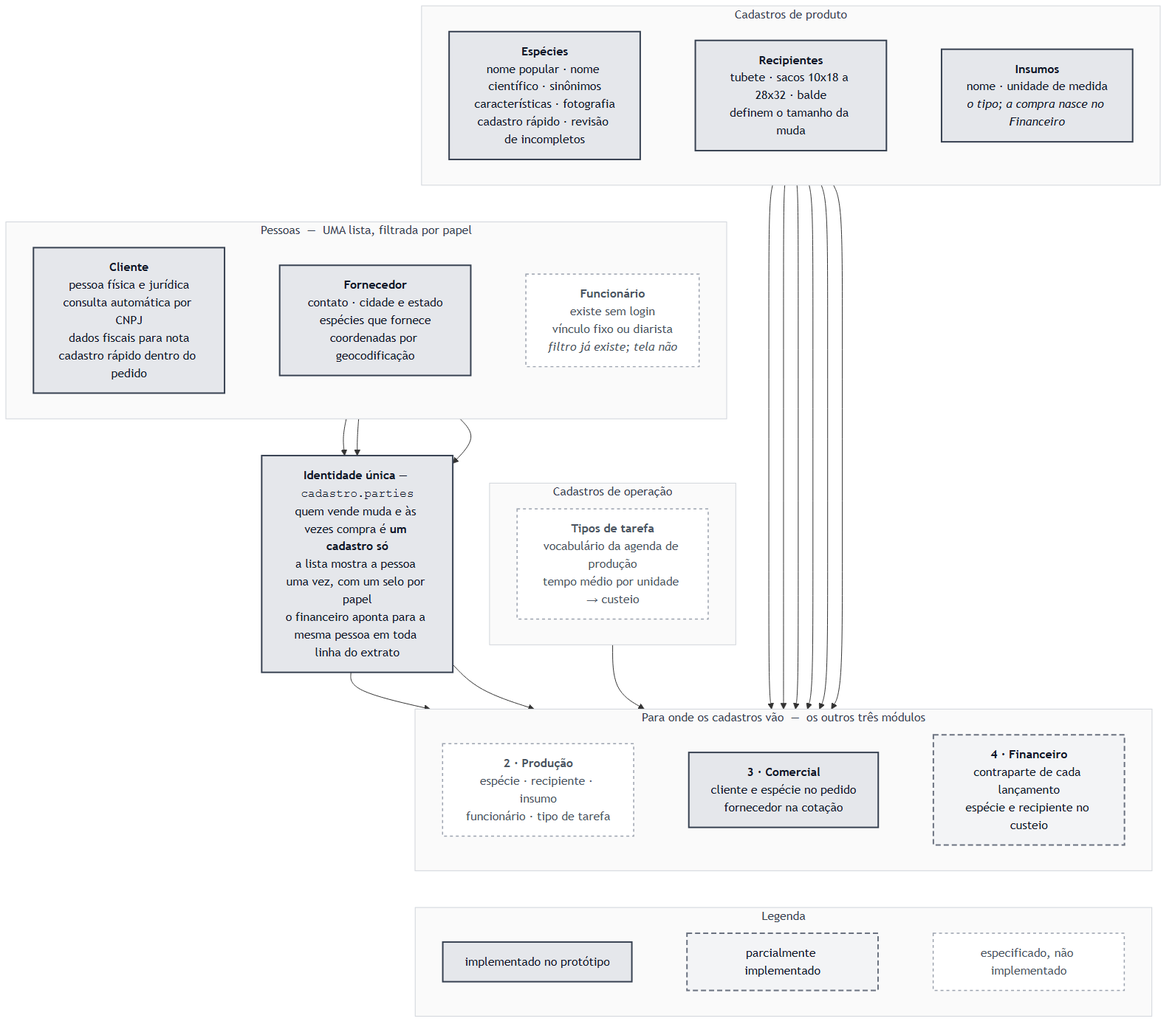
Earlier version of the Mermaid export docs/rotinas/img/mapa-1-cadastros.png (JoaoMudar/mudar). Its source is kept beside it as docs/rotinas/img/mapa-1-cadastros.mmd.
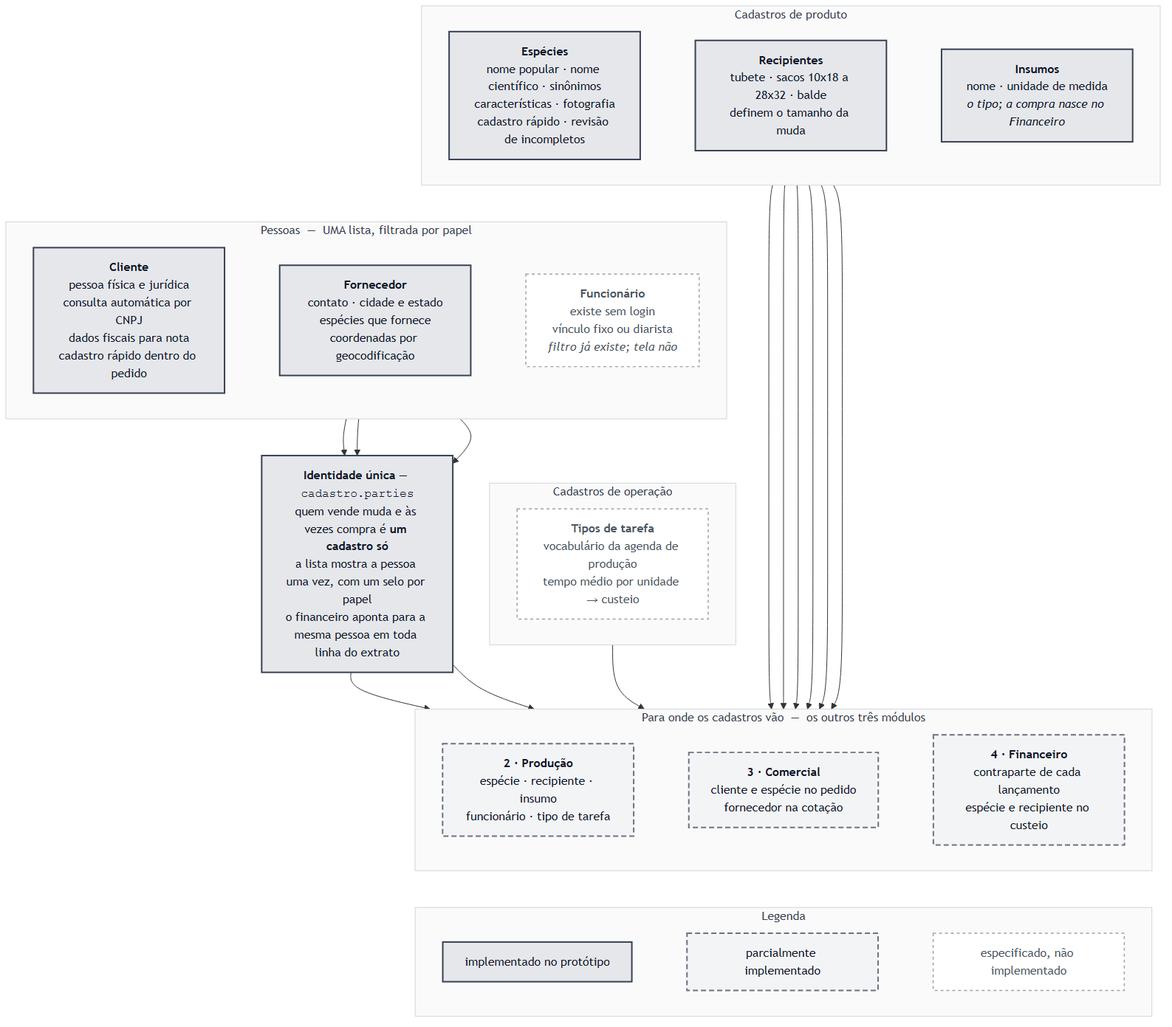
The same diagram one commit later.

The edit, as a diff of the source:
```diff
@@ -56,12 +56,14 @@
   end
   CONS ~~~ LEG
 
-  classDef feito fill:#e5e7eb,stroke:#374151,stroke-width:2px,color:#111827
-  classDef parcial fill:#f3f4f6,stroke:#6b7280,stroke-width:2px,color:#111827,stroke-dasharray:7 4
-  classDef futuro fill:#ffffff,stroke:#9ca3af,stroke-width:1.5px,color:#4b5563,stroke-dasharray:4 4
-  classDef grupo fill:#fafafa,stroke:#d1d5db,stroke-width:1px,color:#374151
+  classDef ok fill:#dcfce7,stroke:#16a34a,stroke-width:2px,color:#111
+  classDef meio fill:#fef3c7,stroke:#d97706,stroke-width:2px,color:#111
+  classDef falta fill:#fee2e2,stroke:#dc2626,stroke-width:2px,color:#111
+  classDef grupo fill:#f8fafc,stroke:#cbd5e1,stroke-width:1px,color:#334155
+  classDef ator fill:#374151,stroke:#111827,stroke-width:2px,color:#f9fafb
+  classDef decisao fill:#e2e8f0,stroke:#475569,stroke-width:2px,color:#111
 
-  class ESP,REC,INS,CLI,FOR,IDE,D3,L1 feito
-  class D4,L2 parcial
-  class FUN,TIP,D2,L3 futuro
+  class ESP,REC,INS,CLI,FOR,IDE,L1 ok
+  class D2,D3,D4,L2 meio
+  class FUN,TIP,L3 falta
   class PRODU,PESSOAS,OPER,CONS,LEG grupo
```
